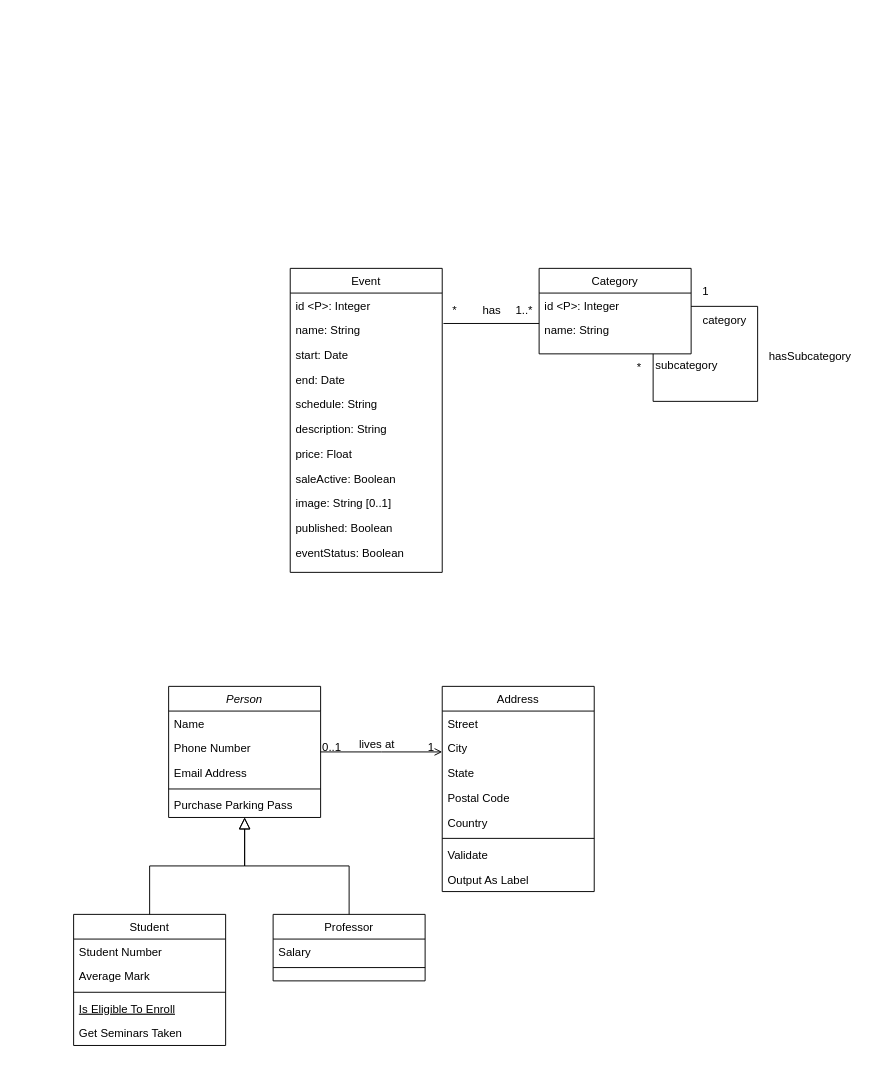
Before: conceptual-diagram.drawio in danielpilot/event-database, a draw.io diagram. Source tidied: cells renumbered, new cells numbered last; positions are measured from the earlier drawing's top-left corner, leaving out a move shared by most shapes. Both pictures are drawn from the tidied source at 95%, with x=0, y=0 at pixel (73, 268).
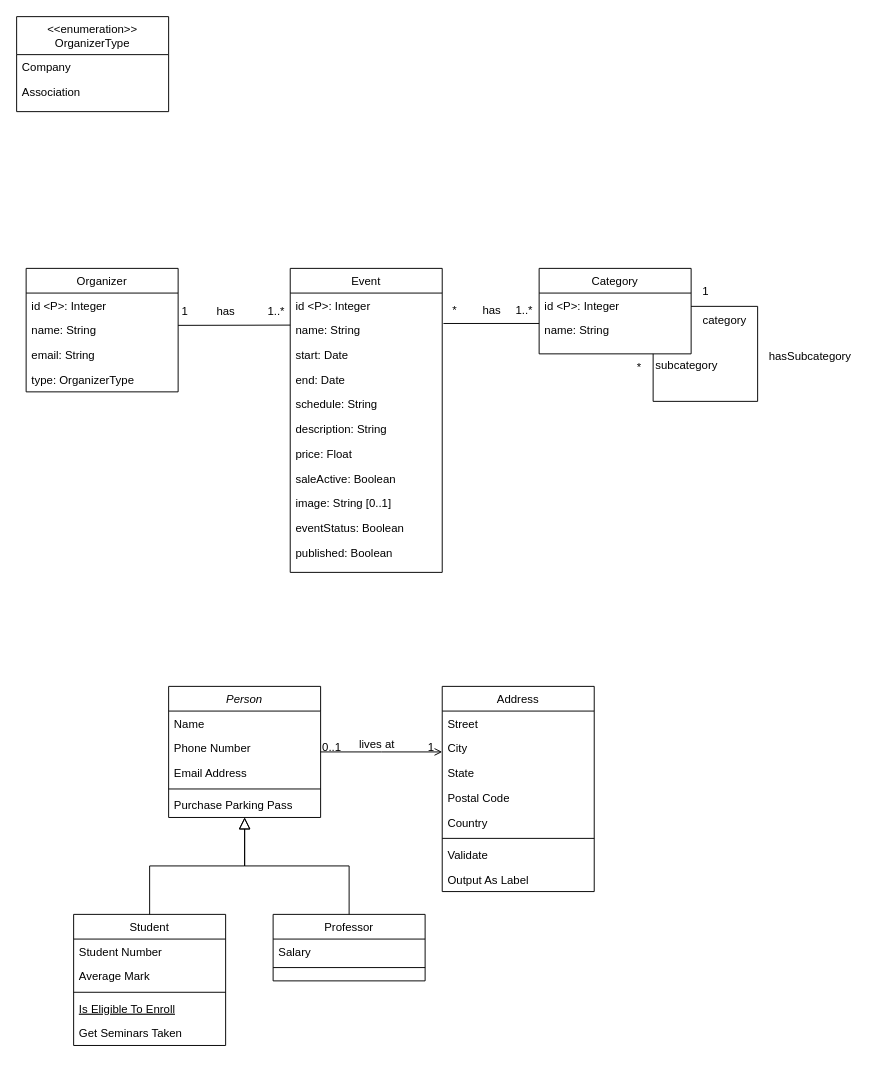
After the change.

Commit message:
Add basic organizer data

Unchanged cells that the change refers to:
```xml
<mxCell id="32" value="Event" style="swimlane;fontStyle=0;align=center;verticalAlign=top;horizontal=1;startSize=26;rounded=0;shadow=0;strokeWidth=1;" parent="1" vertex="1">
  <mxGeometry x="228" width="160" height="320" as="geometry" />
</mxCell>
<mxCell id="34" value="name: String" style="text;align=left;verticalAlign=top;spacingLeft=4;spacingRight=4;overflow=hidden;points=[[0,0.5],[1,0.5]];portConstraint=eastwest;rounded=0;shadow=0;html=0;" parent="32" vertex="1">
  <mxGeometry y="52" width="160" height="26" as="geometry" />
</mxCell>
```

What changed in the source:
```diff
@@
+    <mxCell id="43" value="eventStatus: Boolean" style="text;align=left;verticalAlign=top;spacingLeft=4;spacingRight=4;overflow=hidden;rounded=0;shadow=0;html=0;" parent="32" vertex="1">
+      <mxGeometry y="260" width="160" height="26" as="geometry" />
+    </mxCell>
     <mxCell id="42" value="published: Boolean" style="text;align=left;verticalAlign=top;spacingLeft=4;spacingRight=4;overflow=hidden;rounded=0;shadow=0;html=0;" parent="32" vertex="1">
-      <mxGeometry y="260" width="160" height="26" as="geometry" />
+      <mxGeometry y="286" width="160" height="26" as="geometry" />
     </mxCell>
-    <mxCell id="43" value="eventStatus: Boolean" style="text;align=left;verticalAlign=top;spacingLeft=4;spacingRight=4;overflow=hidden;rounded=0;shadow=0;html=0;" parent="32" vertex="1">
-      <mxGeometry y="286" width="160" height="26" as="geometry" />
-    </mxCell>
@@
+    <mxCell id="60" value="Organizer" style="swimlane;fontStyle=0;align=center;verticalAlign=top;horizontal=1;startSize=26;rounded=0;shadow=0;strokeWidth=1;" parent="1" vertex="1">
+      <mxGeometry x="-50" width="160" height="130" as="geometry" />
+    </mxCell>
+    <mxCell id="61" value="id &lt;P&gt;: Integer" style="text;align=left;verticalAlign=top;spacingLeft=4;spacingRight=4;overflow=hidden;" parent="60" vertex="1">
+      <mxGeometry y="26" width="160" height="26" as="geometry" />
+    </mxCell>
+    <mxCell id="62" value="name: String" style="text;align=left;verticalAlign=top;spacingLeft=4;spacingRight=4;overflow=hidden;rounded=0;shadow=0;html=0;" parent="60" vertex="1">
+      <mxGeometry y="52" width="160" height="26" as="geometry" />
+    </mxCell>
+    <mxCell id="63" value="email: String" style="text;align=left;verticalAlign=top;spacingLeft=4;spacingRight=4;overflow=hidden;rounded=0;shadow=0;html=0;" parent="60" vertex="1">
+      <mxGeometry y="78" width="160" height="26" as="geometry" />
+    </mxCell>
+    <mxCell id="64" value="type: OrganizerType" style="text;align=left;verticalAlign=top;spacingLeft=4;spacingRight=4;overflow=hidden;rounded=0;shadow=0;html=0;" parent="60" vertex="1">
+      <mxGeometry y="104" width="160" height="26" as="geometry" />
+    </mxCell>
+    <mxCell id="65" style="endArrow=none;html=1;rounded=0;entryX=0;entryY=0.297;entryDx=0;entryDy=0;entryPerimeter=0;" parent="1" edge="1" target="34">
+      <mxGeometry relative="1" as="geometry">
+        <mxPoint x="110" y="60" as="sourcePoint" />
+      </mxGeometry>
+    </mxCell>
+    <mxCell id="66" value="1" style="text;html=1;align=center;verticalAlign=middle;strokeColor=none;fillColor=none;" parent="1" vertex="1">
+      <mxGeometry x="102" y="31" width="30" height="30" as="geometry" />
+    </mxCell>
+    <mxCell id="67" value="1..*" style="text;html=1;align=center;verticalAlign=middle;strokeColor=none;fillColor=none;" parent="1" vertex="1">
+      <mxGeometry x="193" y="31" width="40" height="30" as="geometry" />
+    </mxCell>
+    <mxCell id="68" value="has" style="text;html=1;align=center;verticalAlign=middle;strokeColor=none;fillColor=none;" parent="1" vertex="1">
+      <mxGeometry x="140" y="31" width="40" height="30" as="geometry" />
+    </mxCell>
+    <mxCell id="69" value="&lt;&lt;enumeration&gt;&gt;&#10;OrganizerType" style="swimlane;fontStyle=0;align=center;verticalAlign=top;horizontal=1;startSize=40;rounded=0;shadow=0;strokeWidth=1;" parent="1" vertex="1">
+      <mxGeometry x="-60" y="-265" width="160" height="100" as="geometry" />
+    </mxCell>
+    <mxCell id="70" value="Company" style="text;align=left;verticalAlign=top;spacingLeft=4;spacingRight=4;overflow=hidden;" parent="69" vertex="1">
+      <mxGeometry y="40" width="160" height="26" as="geometry" />
+    </mxCell>
+    <mxCell id="71" value="Association" style="text;align=left;verticalAlign=top;spacingLeft=4;spacingRight=4;overflow=hidden;rounded=0;shadow=0;html=0;" parent="69" vertex="1">
+      <mxGeometry y="66" width="160" height="26" as="geometry" />
+    </mxCell>
```
